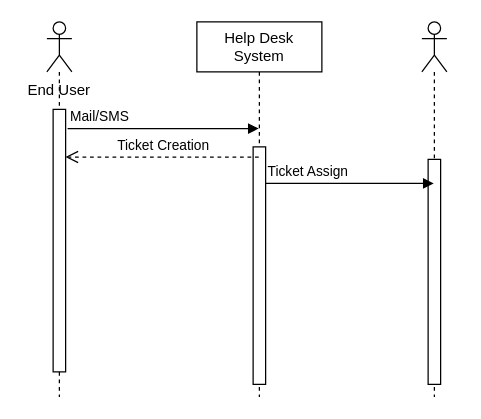
The draw.io diagram Untitled Diagram.drawio in IlaTheFallen/Help_Desk, before the edit. Source tidied: cells renumbered, new cells numbered last; positions are measured from the earlier drawing's top-left corner, leaving out a move shared by most shapes. Both pictures are drawn from the tidied source at 125%, with x=0, y=0 at pixel (21, 21).
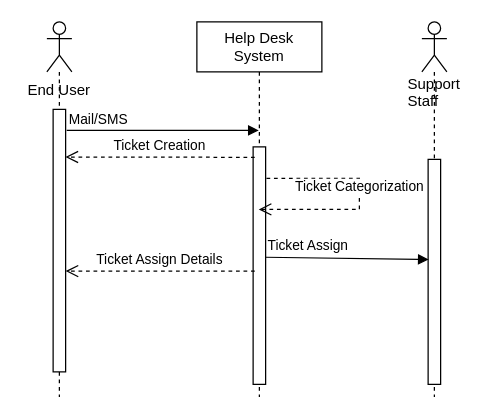
Above is the later version.

Change to the diagram source:
```diff
@@
 <mxGraphModel>
   <root>
     <mxCell id="0" />
     <mxCell id="1" parent="0" />
     <mxCell id="2" style="shape=umlLifeline;participant=umlActor;perimeter=lifelinePerimeter;whiteSpace=wrap;html=1;verticalAlign=top;spacingTop=36;fillColor=none;" parent="1" vertex="1">
       <mxGeometry x="20" width="20" height="300" as="geometry" />
     </mxCell>
     <mxCell id="3" style="html=1;points=[];perimeter=orthogonalPerimeter;" parent="2" vertex="1">
       <mxGeometry x="5" y="70" width="10" height="210" as="geometry" />
     </mxCell>
     <mxCell id="4" value="Help Desk System" style="shape=umlLifeline;perimeter=lifelinePerimeter;whiteSpace=wrap;html=1;outlineConnect=0;fillColor=none;" parent="1" vertex="1">
       <mxGeometry x="140" width="100" height="300" as="geometry" />
     </mxCell>
     <mxCell id="5" style="html=1;points=[];perimeter=orthogonalPerimeter;" parent="4" vertex="1">
       <mxGeometry x="45" y="100" width="10" height="190" as="geometry" />
     </mxCell>
+    <mxCell id="12" value="Ticket Categorization" style="html=1;verticalAlign=bottom;endArrow=open;dashed=1;endSize=8;rounded=0;exitX=1.067;exitY=0.133;exitDx=0;exitDy=0;exitPerimeter=0;edgeStyle=entityRelationEdgeStyle;elbow=vertical;" parent="4" edge="1" source="5" target="4">
+      <mxGeometry relative="1" as="geometry" />
+    </mxCell>
     <mxCell id="6" value="End User" style="text;html=1;strokeColor=none;fillColor=none;align=center;verticalAlign=middle;whiteSpace=wrap;rounded=0;" parent="1" vertex="1">
       <mxGeometry y="40" width="60" height="30" as="geometry" />
     </mxCell>
-    <mxCell id="7" value="Mail/SMS" style="html=1;verticalAlign=bottom;labelBackgroundColor=none;endArrow=block;endFill=1;endSize=6;align=left;rounded=0;labelBorderColor=none;exitX=1.158;exitY=0.073;exitDx=0;exitDy=0;exitPerimeter=0;" parent="1" edge="1" source="3" target="4">
+    <mxCell id="7" value="Mail/SMS" style="html=1;verticalAlign=bottom;labelBackgroundColor=none;endArrow=block;endFill=1;endSize=6;align=left;rounded=0;labelBorderColor=none;exitX=1.086;exitY=0.08;exitDx=0;exitDy=0;exitPerimeter=0;" parent="1" edge="1" source="3" target="4">
       <mxGeometry x="-1" relative="1" as="geometry" />
     </mxCell>
-    <mxCell id="8" style="shape=umlLifeline;participant=umlActor;perimeter=lifelinePerimeter;whiteSpace=wrap;html=1;verticalAlign=top;spacingTop=36;outlineConnect=0;" parent="1" vertex="1">
+    <mxCell id="8" value="&lt;div style=&quot;text-align: justify;&quot;&gt;&lt;span style=&quot;background-color: initial;&quot;&gt;Support Staff&lt;/span&gt;&lt;/div&gt;" style="shape=umlLifeline;participant=umlActor;perimeter=lifelinePerimeter;whiteSpace=wrap;html=1;verticalAlign=top;spacingTop=36;outlineConnect=0;size=40;align=center;" parent="1" vertex="1">
       <mxGeometry x="320" width="20" height="300" as="geometry" />
     </mxCell>
     <mxCell id="9" style="html=1;points=[];perimeter=orthogonalPerimeter;" parent="8" vertex="1">
       <mxGeometry x="5" y="110" width="10" height="180" as="geometry" />
     </mxCell>
-    <mxCell id="10" value="Ticket Creation" style="html=1;verticalAlign=bottom;endArrow=open;dashed=1;endSize=8;rounded=0;entryX=0.985;entryY=0.415;entryDx=0;entryDy=0;entryPerimeter=0;" parent="1" edge="1">
+    <mxCell id="10" value="Ticket Creation" style="html=1;verticalAlign=bottom;endArrow=open;dashed=1;endSize=8;rounded=0;entryX=0.985;entryY=0.415;entryDx=0;entryDy=0;entryPerimeter=0;exitX=0.128;exitY=0.044;exitDx=0;exitDy=0;exitPerimeter=0;" parent="1" edge="1" source="5">
       <mxGeometry relative="1" as="geometry">
-        <mxPoint x="189.5" y="108.1" as="sourcePoint" />
         <mxPoint x="34.9" y="108.1" as="targetPoint" />
       </mxGeometry>
     </mxCell>
-    <mxCell id="11" value="Ticket Assign" style="html=1;verticalAlign=bottom;labelBackgroundColor=none;endArrow=block;endFill=1;endSize=6;align=left;rounded=0;labelBorderColor=none;exitX=0.954;exitY=0.154;exitDx=0;exitDy=0;exitPerimeter=0;" parent="1" edge="1" source="5" target="8">
-      <mxGeometry x="-1" relative="1" as="geometry" />
+    <mxCell id="11" value="Ticket Assign" style="html=1;verticalAlign=bottom;labelBackgroundColor=none;endArrow=block;endFill=1;endSize=6;align=left;rounded=0;labelBorderColor=none;exitX=0.954;exitY=0.154;exitDx=0;exitDy=0;exitPerimeter=0;entryX=0.045;entryY=0.445;entryDx=0;entryDy=0;entryPerimeter=0;" parent="1" edge="1" target="9">
+      <mxGeometry x="-1" relative="1" as="geometry">
+        <mxPoint x="194.5" y="188.3" as="sourcePoint" />
+      </mxGeometry>
     </mxCell>
+    <mxCell id="13" value="Ticket Assign Details" style="html=1;verticalAlign=bottom;endArrow=open;dashed=1;endSize=8;rounded=0;exitX=0.13;exitY=0.523;exitDx=0;exitDy=0;exitPerimeter=0;" parent="1" edge="1" source="5" target="3">
+      <mxGeometry relative="1" as="geometry" />
+    </mxCell>
   </root>
 </mxGraphModel>
```
